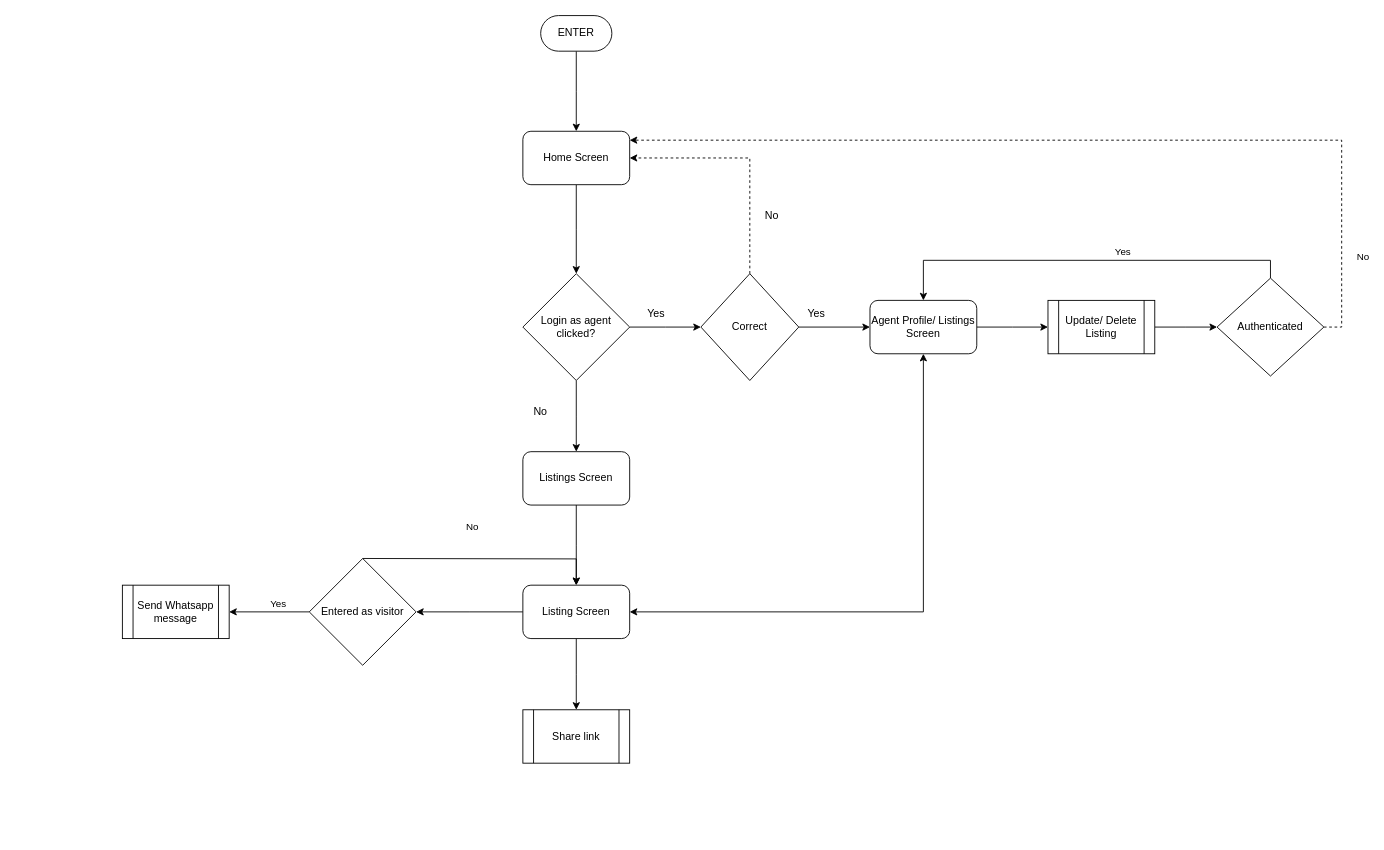
The draw.io diagram userjourneyf.drawio in SadmanYasar/hello-world, before the edit. Source tidied: cells renumbered, new cells numbered last; positions are measured from the earlier drawing's top-left corner, leaving out a move shared by most shapes. Both pictures are drawn from the tidied source at 89%, with x=0, y=0 at pixel (122, 15).
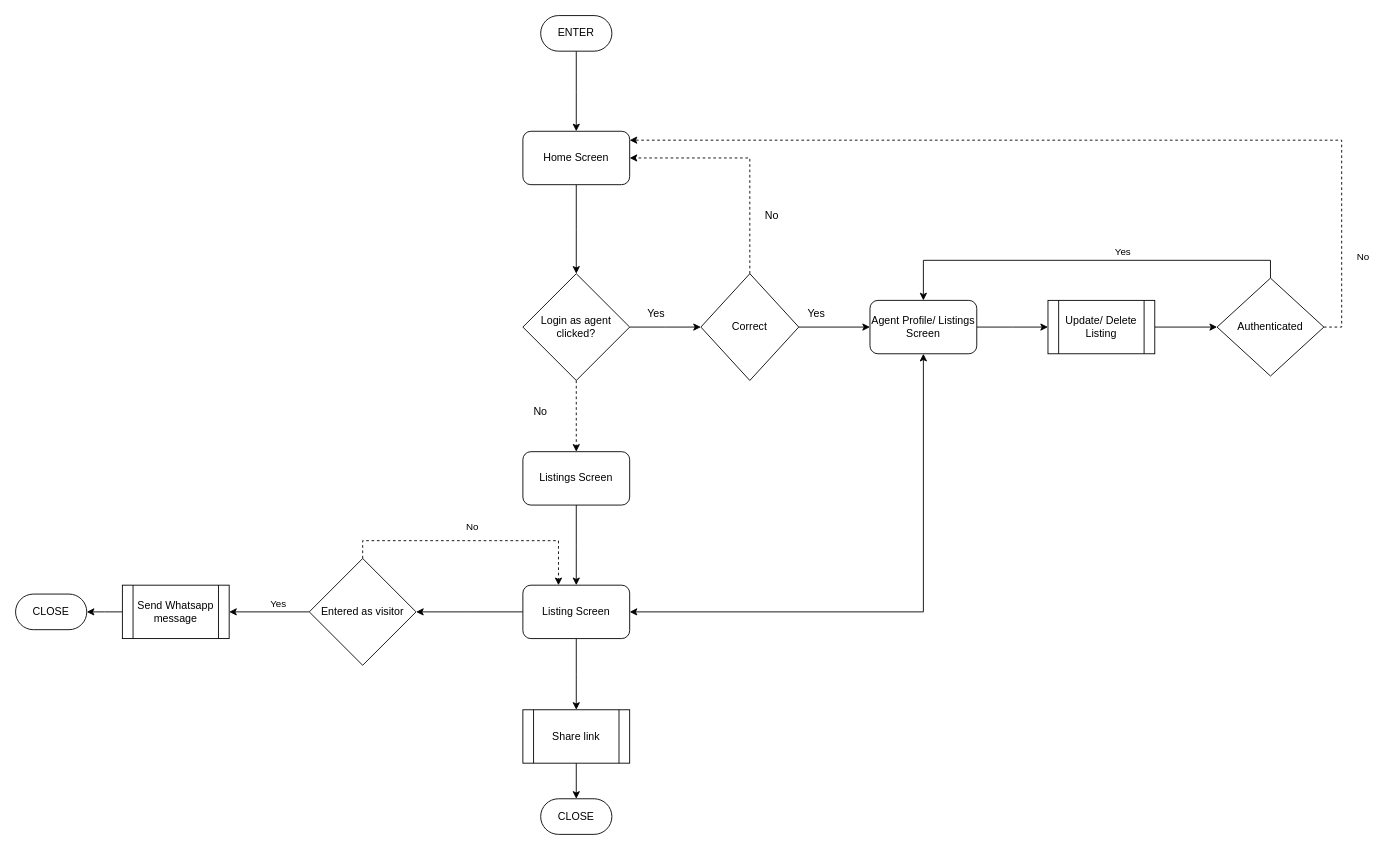
After the change.

The change refers to these unchanged cells:
```xml
<mxCell id="8" value="Login as agent clicked?" style="rhombus;whiteSpace=wrap;html=1;" parent="1" vertex="1">
  <mxGeometry x="450" y="290" width="120" height="120" as="geometry" />
</mxCell>
<mxCell id="23" value="Listing Screen" style="rounded=1;whiteSpace=wrap;html=1;" parent="1" vertex="1">
  <mxGeometry x="450" y="640" width="120" height="60" as="geometry" />
</mxCell>
<mxCell id="31" value="Share link" style="shape=process;whiteSpace=wrap;html=1;backgroundOutline=1;glass=0;sketch=0;" parent="1" vertex="1">
  <mxGeometry x="450" y="780" width="120" height="60" as="geometry" />
</mxCell>
<mxCell id="35" value="Send Whatsapp message" style="shape=process;whiteSpace=wrap;html=1;backgroundOutline=1;glass=0;sketch=0;" parent="1" vertex="1">
  <mxGeometry y="640" width="120" height="60" as="geometry" />
</mxCell>
```

The edit, as a diff of the source:
```diff
@@
-    <mxCell id="7" style="edgeStyle=orthogonalEdgeStyle;rounded=0;jettySize=auto;html=1;" parent="1" edge="1" source="8">
+    <mxCell id="7" style="edgeStyle=orthogonalEdgeStyle;rounded=0;jettySize=auto;html=1;dashed=1;" parent="1" edge="1" source="8">
       <mxGeometry relative="1" as="geometry">
         <mxPoint x="510" y="490" as="targetPoint" />
       </mxGeometry>
     </mxCell>
@@
+    <mxCell id="38" style="edgeStyle=orthogonalEdgeStyle;rounded=0;jettySize=auto;html=1;startArrow=none;startFill=0;endArrow=classic;endFill=1;" parent="1" edge="1" source="31">
+      <mxGeometry relative="1" as="geometry">
+        <mxPoint x="510" y="880" as="targetPoint" />
+      </mxGeometry>
+    </mxCell>
@@
-    <mxCell id="34" style="edgeStyle=orthogonalEdgeStyle;rounded=0;jettySize=auto;html=1;entryX=0.5;entryY=0;entryDx=0;entryDy=0;startArrow=none;startFill=0;endArrow=classic;endFill=1;exitX=0.5;exitY=0;exitDx=0;exitDy=0;" parent="1" edge="1" target="23">
+    <mxCell id="34" style="edgeStyle=orthogonalEdgeStyle;rounded=0;orthogonalLoop=1;jettySize=auto;html=1;startArrow=none;startFill=0;endArrow=classic;endFill=1;exitX=0.5;exitY=0;exitDx=0;exitDy=0;dashed=1;" parent="1" edge="1">
       <mxGeometry relative="1" as="geometry">
         <mxPoint x="270" y="610" as="sourcePoint" />
+        <mxPoint x="490" y="640" as="targetPoint" />
+        <Array as="points">
+          <mxPoint x="270" y="590" />
+          <mxPoint x="490" y="590" />
+          <mxPoint x="490" y="640" />
+        </Array>
       </mxGeometry>
     </mxCell>
+    <mxCell id="39" style="edgeStyle=orthogonalEdgeStyle;rounded=0;jettySize=auto;html=1;startArrow=none;startFill=0;endArrow=classic;endFill=1;" parent="1" edge="1" source="35">
+      <mxGeometry relative="1" as="geometry">
+        <mxPoint x="-40" y="670" as="targetPoint" />
+      </mxGeometry>
+    </mxCell>
@@
+    <mxCell id="40" value="CLOSE" style="rounded=1;whiteSpace=wrap;html=1;fontSize=12;glass=0;strokeWidth=1;shadow=0;arcSize=50;" parent="1" vertex="1">
+      <mxGeometry x="-120" y="650" width="80" height="40" as="geometry" />
+    </mxCell>
+    <mxCell id="41" value="CLOSE" style="rounded=1;whiteSpace=wrap;html=1;fontSize=12;glass=0;strokeWidth=1;shadow=0;arcSize=50;" parent="1" vertex="1">
+      <mxGeometry x="470" y="880" width="80" height="40" as="geometry" />
+    </mxCell>
```
